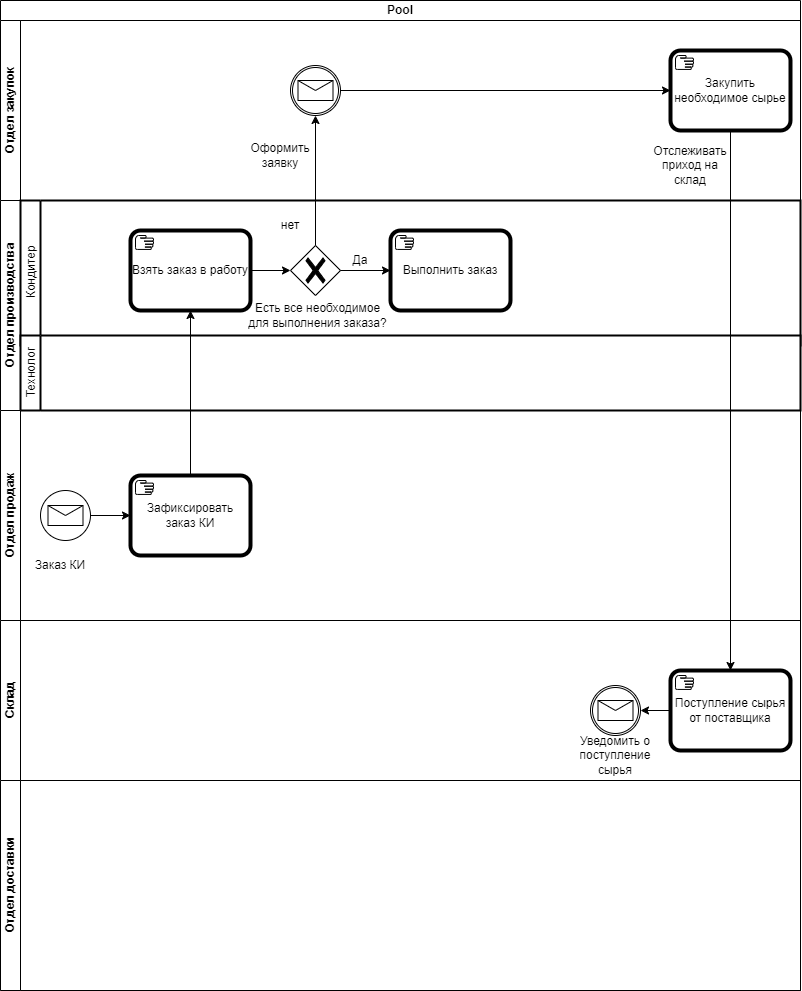
This is BPMN.drawio.png from SofiyaBrodnikova/-educational, a draw.io export, as it was before one commit. Source tidied: cells renumbered, new cells last; positions are measured from the earlier drawing's top-left corner, leaving out a move shared by most shapes.
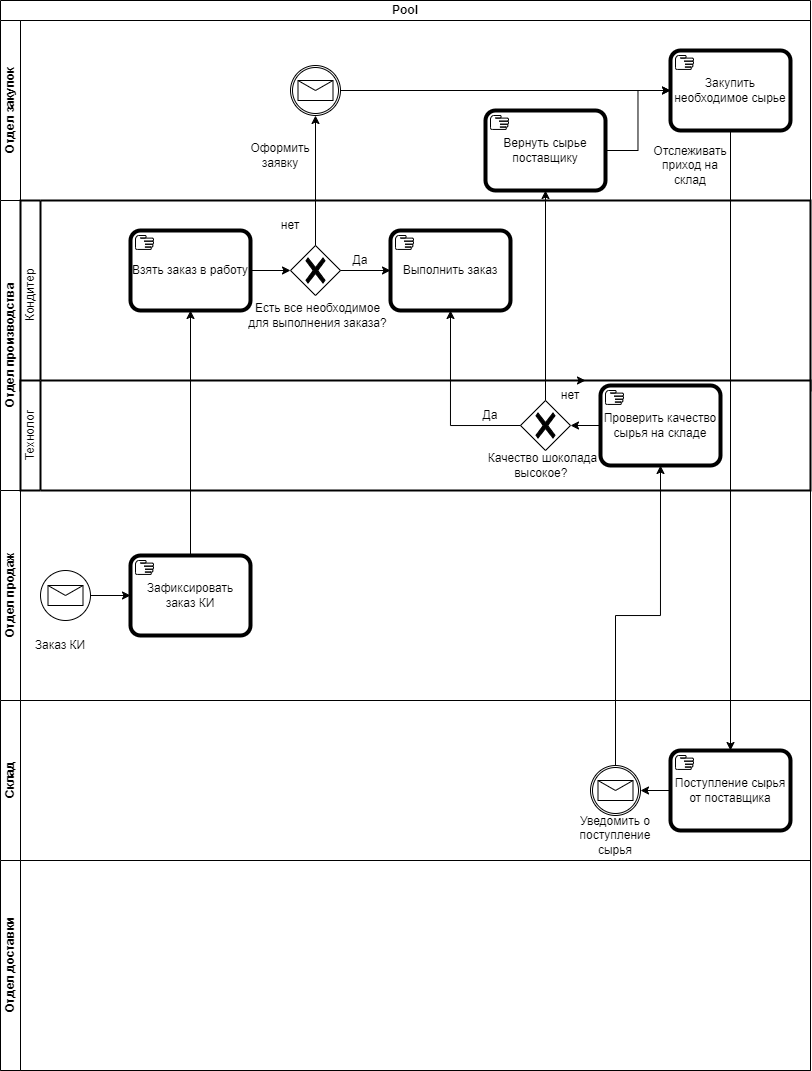
Above is the later version.

Change to the diagram source:
```diff
@@ -3,10 +3,10 @@
     <mxCell id="0" />
     <mxCell id="1" parent="0" />
     <mxCell id="2" value="Pool" style="swimlane;html=1;horizontal=1;startSize=20;whiteSpace=wrap;" parent="1" vertex="1">
-      <mxGeometry width="800" height="990" as="geometry" />
+      <mxGeometry width="810" height="1070" as="geometry" />
     </mxCell>
     <mxCell id="3" value="Отдел закупок" style="swimlane;html=1;startSize=20;horizontal=0;" parent="2" vertex="1">
-      <mxGeometry y="20" width="800" height="180" as="geometry" />
+      <mxGeometry y="20" width="810" height="180" as="geometry" />
     </mxCell>
     <mxCell id="4" value="Закупить необходимое сырье" style="points=[[0.25,0,0],[0.5,0,0],[0.75,0,0],[1,0.25,0],[1,0.5,0],[1,0.75,0],[0.75,1,0],[0.5,1,0],[0.25,1,0],[0,0.75,0],[0,0.5,0],[0,0.25,0]];shape=mxgraph.bpmn.task2;whiteSpace=wrap;rectStyle=rounded;size=10;html=1;bpmnShapeType=call;taskMarker=manual;" parent="3" vertex="1">
       <mxGeometry x="670" y="30" width="120" height="80" as="geometry" />
@@ -23,11 +23,17 @@
     <mxCell id="8" style="edgeStyle=orthogonalEdgeStyle;rounded=0;jettySize=auto;html=1;exitX=1;exitY=0.5;exitDx=0;exitDy=0;exitPerimeter=0;entryX=0;entryY=0.5;entryDx=0;entryDy=0;entryPerimeter=0;" parent="3" edge="1" source="5" target="4">
       <mxGeometry relative="1" as="geometry" />
     </mxCell>
+    <mxCell id="34" value="Вернуть сырье поставщику" style="points=[[0.25,0,0],[0.5,0,0],[0.75,0,0],[1,0.25,0],[1,0.5,0],[1,0.75,0],[0.75,1,0],[0.5,1,0],[0.25,1,0],[0,0.75,0],[0,0.5,0],[0,0.25,0]];shape=mxgraph.bpmn.task2;whiteSpace=wrap;rectStyle=rounded;size=10;html=1;bpmnShapeType=call;taskMarker=manual;" parent="3" vertex="1">
+      <mxGeometry x="485" y="90" width="120" height="80" as="geometry" />
+    </mxCell>
+    <mxCell id="35" style="edgeStyle=orthogonalEdgeStyle;rounded=0;jettySize=auto;html=1;exitX=1;exitY=0.5;exitDx=0;exitDy=0;exitPerimeter=0;entryX=0;entryY=0.5;entryDx=0;entryDy=0;entryPerimeter=0;" parent="3" edge="1" source="34" target="4">
+      <mxGeometry relative="1" as="geometry" />
+    </mxCell>
     <mxCell id="9" value="Отдел производства" style="swimlane;html=1;startSize=20;horizontal=0;" parent="2" vertex="1">
-      <mxGeometry y="200" width="800" height="210" as="geometry" />
+      <mxGeometry y="200" width="810" height="290" as="geometry" />
     </mxCell>
     <mxCell id="10" value="Кондитер" style="swimlane;html=1;startSize=20;fontStyle=0;horizontal=0;swimlaneLine=1;swimlaneFillColor=#ffffff;strokeWidth=2;whiteSpace=wrap;" parent="9" vertex="1">
-      <mxGeometry x="20" width="780" height="145" as="geometry" />
+      <mxGeometry x="20" width="790" height="190" as="geometry" />
     </mxCell>
     <mxCell id="11" value="Взять заказ в работу" style="points=[[0.25,0,0],[0.5,0,0],[0.75,0,0],[1,0.25,0],[1,0.5,0],[1,0.75,0],[0.75,1,0],[0.5,1,0],[0.25,1,0],[0,0.75,0],[0,0.5,0],[0,0.25,0]];shape=mxgraph.bpmn.task2;whiteSpace=wrap;rectStyle=rounded;size=10;html=1;bpmnShapeType=call;taskMarker=manual;" parent="10" vertex="1">
       <mxGeometry x="110" y="30" width="120" height="80" as="geometry" />
@@ -47,9 +53,6 @@
     <mxCell id="16" value="Есть все необходимое для выполнения заказа?" style="text;strokeColor=none;align=center;fillColor=none;html=1;verticalAlign=middle;whiteSpace=wrap;rounded=0;" parent="10" vertex="1">
       <mxGeometry x="225" y="90" width="145" height="50" as="geometry" />
     </mxCell>
-    <mxCell id="17" value="Технолог" style="swimlane;html=1;startSize=20;fontStyle=0;horizontal=0;swimlaneLine=1;swimlaneFillColor=#ffffff;strokeWidth=2;whiteSpace=wrap;" parent="9" vertex="1">
-      <mxGeometry x="20" y="135" width="780" height="75" as="geometry" />
-    </mxCell>
     <mxCell id="18" value="нет" style="text;strokeColor=none;align=center;fillColor=none;html=1;verticalAlign=middle;whiteSpace=wrap;rounded=0;" parent="9" vertex="1">
       <mxGeometry x="260" y="10" width="60" height="30" as="geometry" />
     </mxCell>
@@ -57,7 +60,7 @@
       <mxGeometry x="330" y="45" width="60" height="30" as="geometry" />
     </mxCell>
     <mxCell id="20" value="Отдел продаж" style="swimlane;html=1;startSize=20;horizontal=0;" parent="2" vertex="1">
-      <mxGeometry y="410" width="800" height="210" as="geometry" />
+      <mxGeometry y="490" width="810" height="210" as="geometry" />
     </mxCell>
     <mxCell id="21" value="Зафиксировать заказ КИ" style="points=[[0.25,0,0],[0.5,0,0],[0.75,0,0],[1,0.25,0],[1,0.5,0],[1,0.75,0],[0.75,1,0],[0.5,1,0],[0.25,1,0],[0,0.75,0],[0,0.5,0],[0,0.25,0]];shape=mxgraph.bpmn.task2;whiteSpace=wrap;rectStyle=rounded;size=10;html=1;bpmnShapeType=call;taskMarker=manual;" parent="20" vertex="1">
       <mxGeometry x="130" y="65" width="120" height="80" as="geometry" />
@@ -71,8 +74,37 @@
     <mxCell id="24" value="Заказ КИ" style="text;strokeColor=none;align=center;fillColor=none;html=1;verticalAlign=middle;whiteSpace=wrap;rounded=0;" parent="20" vertex="1">
       <mxGeometry x="30" y="140" width="60" height="30" as="geometry" />
     </mxCell>
+    <mxCell id="17" value="Технолог" style="swimlane;html=1;startSize=20;fontStyle=0;horizontal=0;swimlaneLine=1;swimlaneFillColor=#ffffff;strokeWidth=2;whiteSpace=wrap;" parent="20" vertex="1">
+      <mxGeometry x="20" y="-110" width="790" height="110" as="geometry" />
+    </mxCell>
+    <mxCell id="36" style="edgeStyle=orthogonalEdgeStyle;rounded=0;jettySize=auto;html=1;exitX=0;exitY=0.5;exitDx=0;exitDy=0;exitPerimeter=0;entryX=1;entryY=0.5;entryDx=0;entryDy=0;entryPerimeter=0;" parent="17" edge="1" source="37" target="39">
+      <mxGeometry relative="1" as="geometry" />
+    </mxCell>
+    <mxCell id="37" value="Проверить качество сырья на складе" style="points=[[0.25,0,0],[0.5,0,0],[0.75,0,0],[1,0.25,0],[1,0.5,0],[1,0.75,0],[0.75,1,0],[0.5,1,0],[0.25,1,0],[0,0.75,0],[0,0.5,0],[0,0.25,0]];shape=mxgraph.bpmn.task2;whiteSpace=wrap;rectStyle=rounded;size=10;html=1;bpmnShapeType=call;taskMarker=manual;" parent="17" vertex="1">
+      <mxGeometry x="580" y="5" width="120" height="80" as="geometry" />
+    </mxCell>
+    <mxCell id="38" style="edgeStyle=orthogonalEdgeStyle;rounded=0;jettySize=auto;html=1;exitX=0.25;exitY=0.25;exitDx=0;exitDy=0;exitPerimeter=0;" parent="17" edge="1" source="39">
+      <mxGeometry relative="1" as="geometry">
+        <mxPoint x="512.7" y="32.3" as="targetPoint" />
+      </mxGeometry>
+    </mxCell>
+    <mxCell id="39" style="points=[[0.25,0.25,0],[0.5,0,0],[0.75,0.25,0],[1,0.5,0],[0.75,0.75,0],[0.5,1,0],[0.25,0.75,0],[0,0.5,0]];shape=mxgraph.bpmn.gateway2;html=1;verticalLabelPosition=bottom;labelBackgroundColor=#ffffff;verticalAlign=top;align=center;perimeter=rhombusPerimeter;outlineConnect=0;outline=none;symbol=none;gwType=exclusive;" parent="17" vertex="1">
+      <mxGeometry x="500" y="20" width="50" height="50" as="geometry" />
+    </mxCell>
+    <mxCell id="40" value="Качество шоколада высокое?&amp;nbsp;" style="text;strokeColor=none;align=center;fillColor=none;html=1;verticalAlign=middle;whiteSpace=wrap;rounded=0;" parent="17" vertex="1">
+      <mxGeometry x="450" y="60" width="145" height="50" as="geometry" />
+    </mxCell>
+    <mxCell id="41" value="Да" style="text;strokeColor=none;align=center;fillColor=none;html=1;verticalAlign=middle;whiteSpace=wrap;rounded=0;" parent="17" vertex="1">
+      <mxGeometry x="440" y="20" width="60" height="30" as="geometry" />
+    </mxCell>
+    <mxCell id="42" value="нет" style="text;strokeColor=none;align=center;fillColor=none;html=1;verticalAlign=middle;whiteSpace=wrap;rounded=0;" parent="17" vertex="1">
+      <mxGeometry x="520" width="60" height="30" as="geometry" />
+    </mxCell>
+    <mxCell id="43" style="edgeStyle=orthogonalEdgeStyle;rounded=0;orthogonalLoop=1;jettySize=auto;html=1;exitX=0.5;exitY=0;exitDx=0;exitDy=0;entryX=0.75;entryY=0;entryDx=0;entryDy=0;" parent="17" edge="1" source="42" target="42">
+      <mxGeometry relative="1" as="geometry" />
+    </mxCell>
     <mxCell id="25" value="Склад" style="swimlane;html=1;startSize=20;horizontal=0;" parent="2" vertex="1">
-      <mxGeometry y="620" width="800" height="160" as="geometry" />
+      <mxGeometry y="700" width="810" height="160" as="geometry" />
     </mxCell>
     <mxCell id="26" value="Поступление сырья от поставщика" style="points=[[0.25,0,0],[0.5,0,0],[0.75,0,0],[1,0.25,0],[1,0.5,0],[1,0.75,0],[0.75,1,0],[0.5,1,0],[0.25,1,0],[0,0.75,0],[0,0.5,0],[0,0.25,0]];shape=mxgraph.bpmn.task2;whiteSpace=wrap;rectStyle=rounded;size=10;html=1;bpmnShapeType=call;taskMarker=manual;" parent="25" vertex="1">
       <mxGeometry x="670" y="50" width="120" height="80" as="geometry" />
@@ -87,7 +119,7 @@
       <mxGeometry x="580" y="120" width="70" height="30" as="geometry" />
     </mxCell>
     <mxCell id="30" value="Отдел доставки" style="swimlane;html=1;startSize=20;horizontal=0;" parent="2" vertex="1">
-      <mxGeometry y="780" width="800" height="210" as="geometry" />
+      <mxGeometry y="860" width="810" height="210" as="geometry" />
     </mxCell>
     <mxCell id="31" style="edgeStyle=orthogonalEdgeStyle;rounded=0;jettySize=auto;html=1;exitX=0.5;exitY=0;exitDx=0;exitDy=0;exitPerimeter=0;entryX=0.5;entryY=1;entryDx=0;entryDy=0;entryPerimeter=0;" parent="2" edge="1" source="21" target="11">
       <mxGeometry relative="1" as="geometry" />
@@ -98,5 +130,14 @@
     <mxCell id="33" style="edgeStyle=orthogonalEdgeStyle;rounded=0;jettySize=auto;html=1;exitX=0.5;exitY=1;exitDx=0;exitDy=0;exitPerimeter=0;entryX=0.5;entryY=0;entryDx=0;entryDy=0;entryPerimeter=0;" parent="2" edge="1" source="4" target="26">
       <mxGeometry relative="1" as="geometry" />
     </mxCell>
+    <mxCell id="44" style="edgeStyle=orthogonalEdgeStyle;rounded=0;jettySize=auto;html=1;exitX=0.5;exitY=0;exitDx=0;exitDy=0;exitPerimeter=0;entryX=0.5;entryY=1;entryDx=0;entryDy=0;entryPerimeter=0;" parent="2" edge="1" source="27" target="37">
+      <mxGeometry relative="1" as="geometry" />
+    </mxCell>
+    <mxCell id="45" style="edgeStyle=orthogonalEdgeStyle;rounded=0;jettySize=auto;html=1;exitX=0;exitY=0.5;exitDx=0;exitDy=0;exitPerimeter=0;entryX=0.5;entryY=1;entryDx=0;entryDy=0;entryPerimeter=0;" parent="2" edge="1" source="39" target="14">
+      <mxGeometry relative="1" as="geometry" />
+    </mxCell>
+    <mxCell id="46" style="edgeStyle=orthogonalEdgeStyle;rounded=0;jettySize=auto;html=1;exitX=0.5;exitY=0;exitDx=0;exitDy=0;exitPerimeter=0;entryX=0.5;entryY=1;entryDx=0;entryDy=0;entryPerimeter=0;" parent="2" edge="1" source="39" target="34">
+      <mxGeometry relative="1" as="geometry" />
+    </mxCell>
   </root>
 </mxGraphModel>
```
